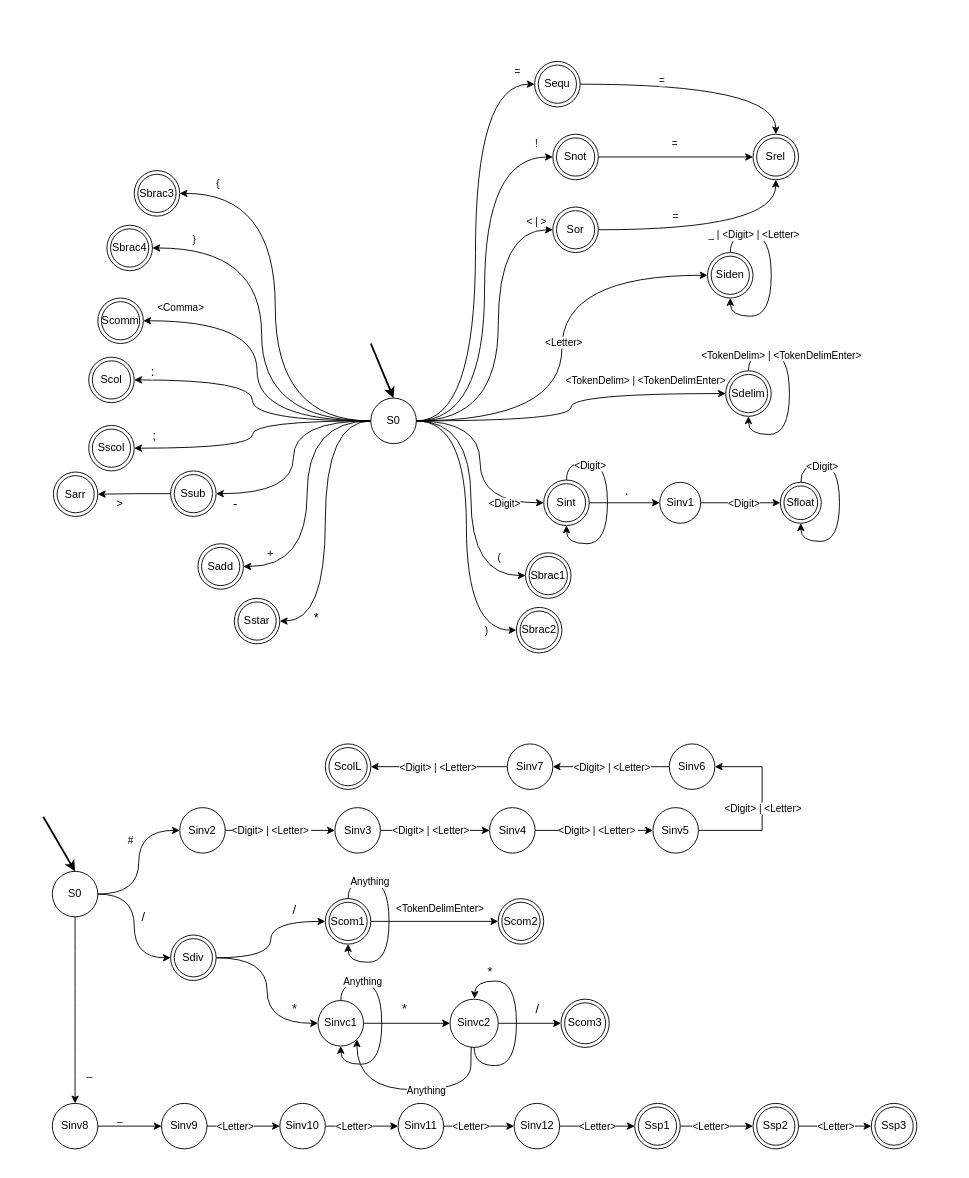
mbar0075/Compiler-Theory-and-Practice keeps this draw.io diagram as page "Page-1" (1 of 3) of TransTableDiagram.drawio. Above is the earlier version. Source tidied: cells renumbered, new cells numbered last; positions are measured from the earlier drawing's top-left corner, leaving out a move shared by most shapes. Both pictures are drawn from the tidied source at 91%, with x=0, y=0 at pixel (43, 61).
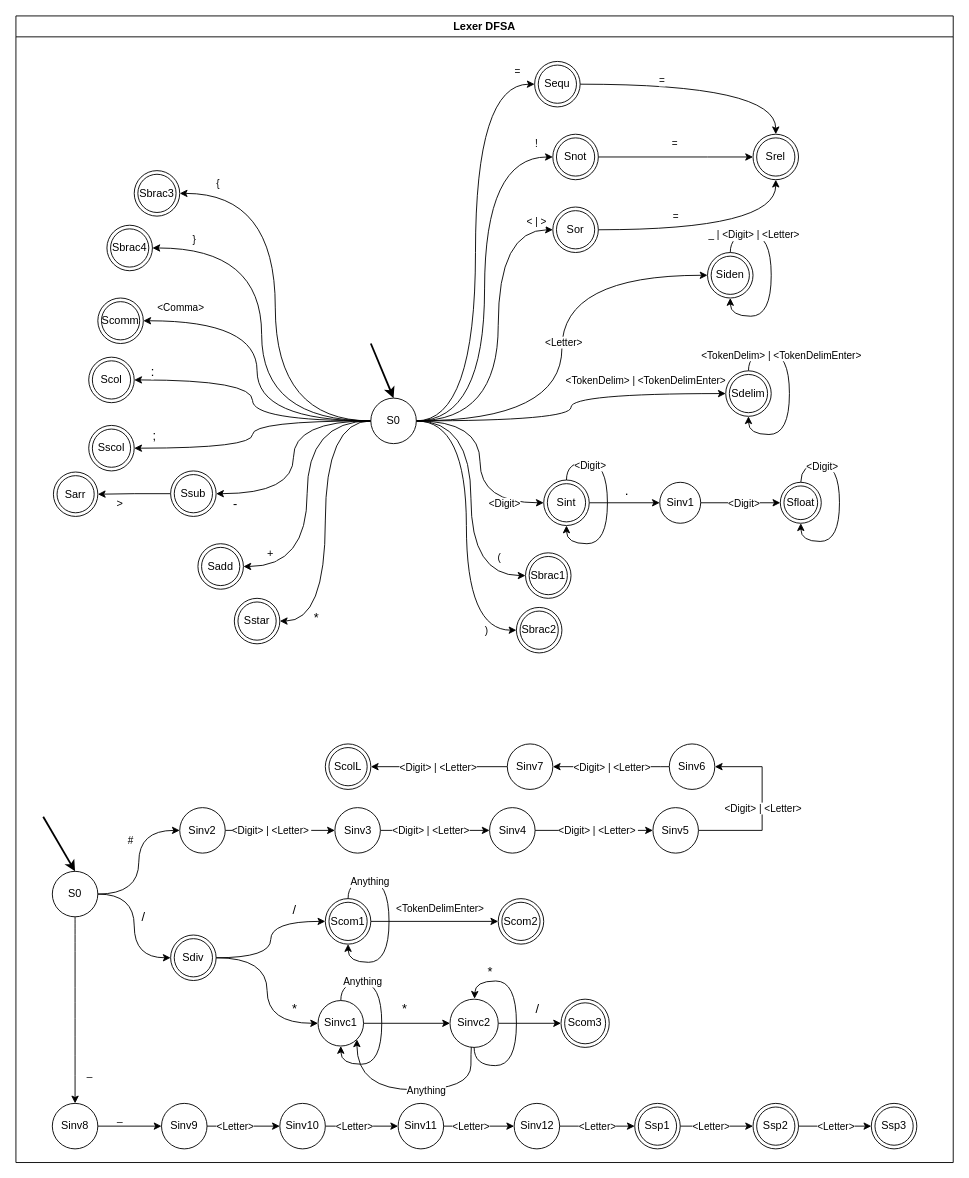
The same page after the edit.

Diff of the diagram source:
```diff
@@
+    <mxCell id="149" value="Lexer DFSA" style="swimlane;whiteSpace=wrap;html=1;" parent="1" vertex="1">
+      <mxGeometry x="-30" y="-50" width="1030" height="1260" as="geometry" />
+    </mxCell>
```
